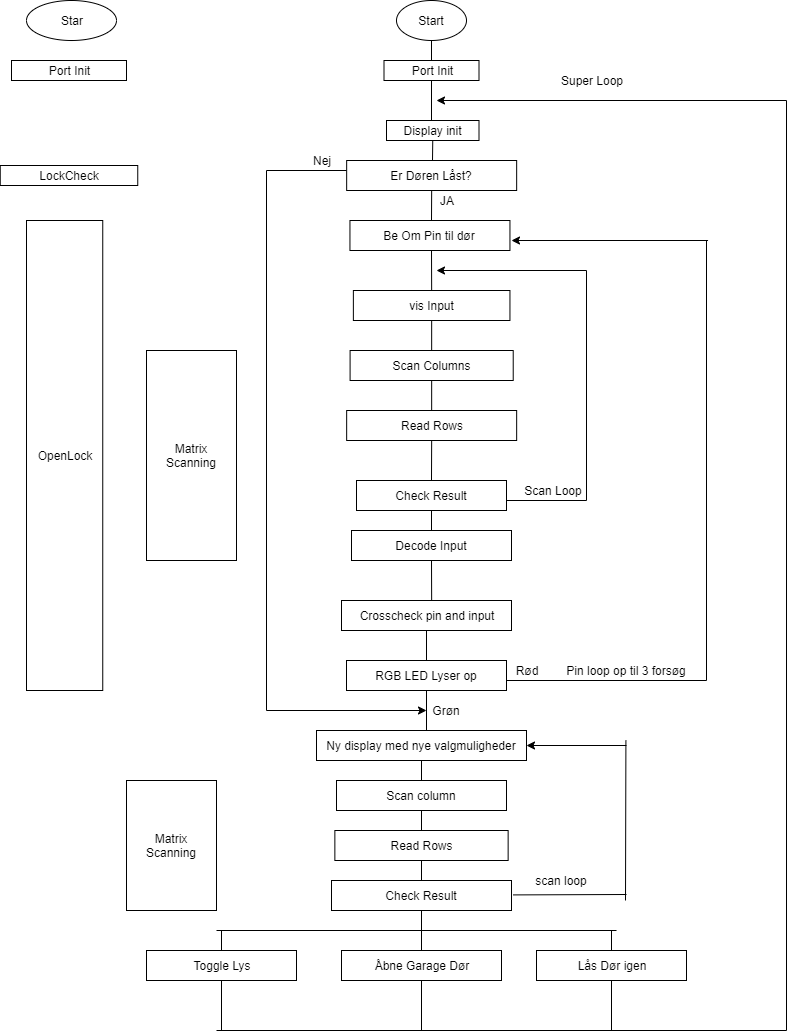
Above: Det_Intelligente_Hus.png in kevi2042/Det_Intelligente_Hus (draw.io), before the change. Source tidied: cells renumbered, new cells last; positions are measured from the earlier drawing's top-left corner, leaving out a move shared by most shapes.
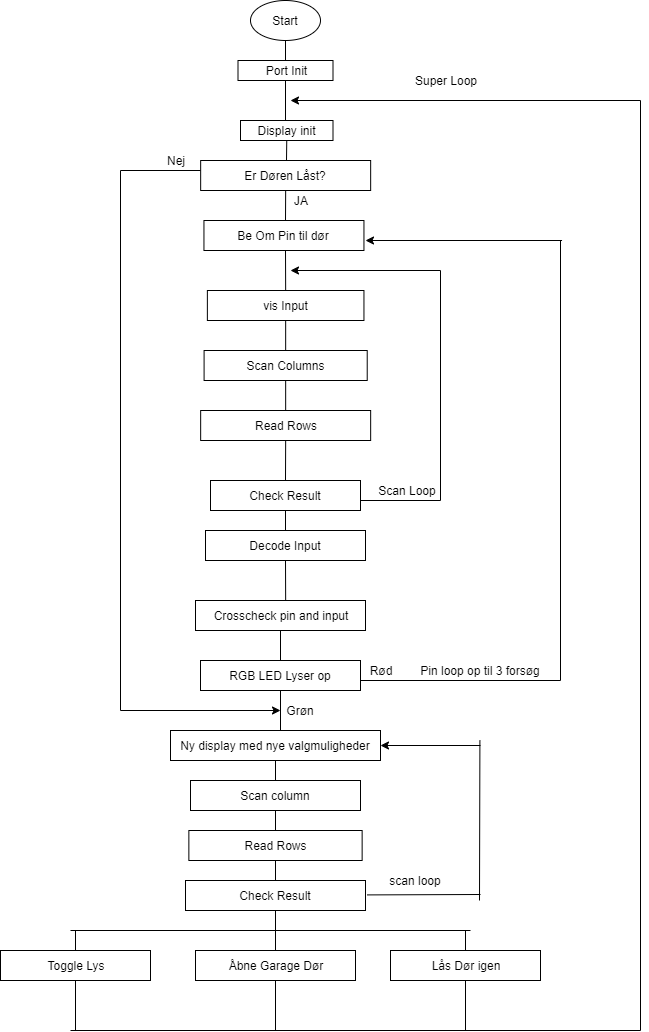
After the change.

Commit message:
Removing useless files

The edit, as a diff of the source:
```diff
@@ -270,23 +270,5 @@
         <mxPoint x="611" y="930" as="sourcePoint" />
       </mxGeometry>
     </mxCell>
-    <mxCell id="67" value="Star" style="ellipse;whiteSpace=wrap;html=1;" parent="1" vertex="1">
-      <mxGeometry x="26" width="90" height="40" as="geometry" />
-    </mxCell>
-    <mxCell id="68" value="Port Init" style="rounded=0;whiteSpace=wrap;html=1;" parent="1" vertex="1">
-      <mxGeometry x="11" y="60" width="115" height="20" as="geometry" />
-    </mxCell>
-    <mxCell id="69" value="LockCheck" style="rounded=0;whiteSpace=wrap;html=1;" parent="1" vertex="1">
-      <mxGeometry x="-0.2" y="165" width="137.5" height="20" as="geometry" />
-    </mxCell>
-    <mxCell id="70" value="OpenLock" style="rounded=0;whiteSpace=wrap;html=1;" parent="1" vertex="1">
-      <mxGeometry x="26" y="220" width="76.2" height="470" as="geometry" />
-    </mxCell>
-    <mxCell id="71" value="Matrix Scanning" style="rounded=0;whiteSpace=wrap;html=1;" parent="1" vertex="1">
-      <mxGeometry x="146" y="350" width="90" height="210" as="geometry" />
-    </mxCell>
-    <mxCell id="72" value="Matrix Scanning" style="rounded=0;whiteSpace=wrap;html=1;" parent="1" vertex="1">
-      <mxGeometry x="126" y="780" width="90" height="130" as="geometry" />
-    </mxCell>
   </root>
 </mxGraphModel>
```
